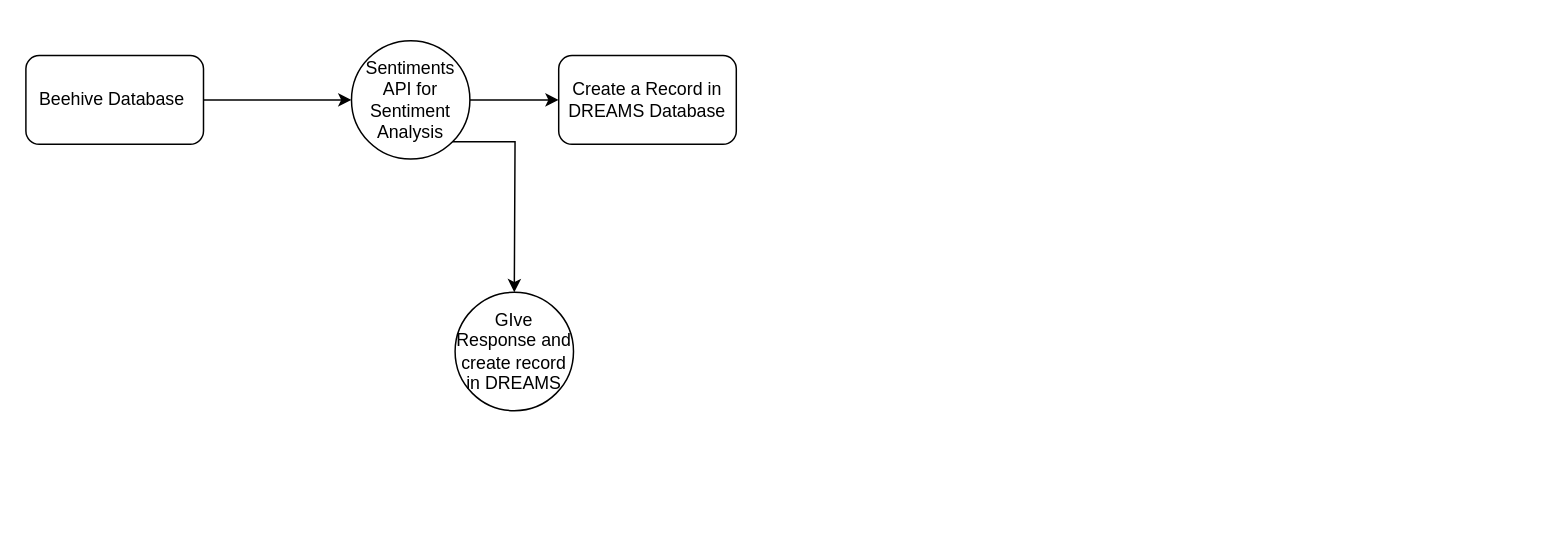
ayusrjn/test1 keeps this draw.io diagram as beehive.drawio. Above is the earlier version. Source tidied: cells renumbered, new cells numbered last; positions are measured from the earlier drawing's top-left corner, leaving out a move shared by most shapes. Both pictures are drawn from the tidied source at 148%, with x=0, y=0 at pixel (25, 40).
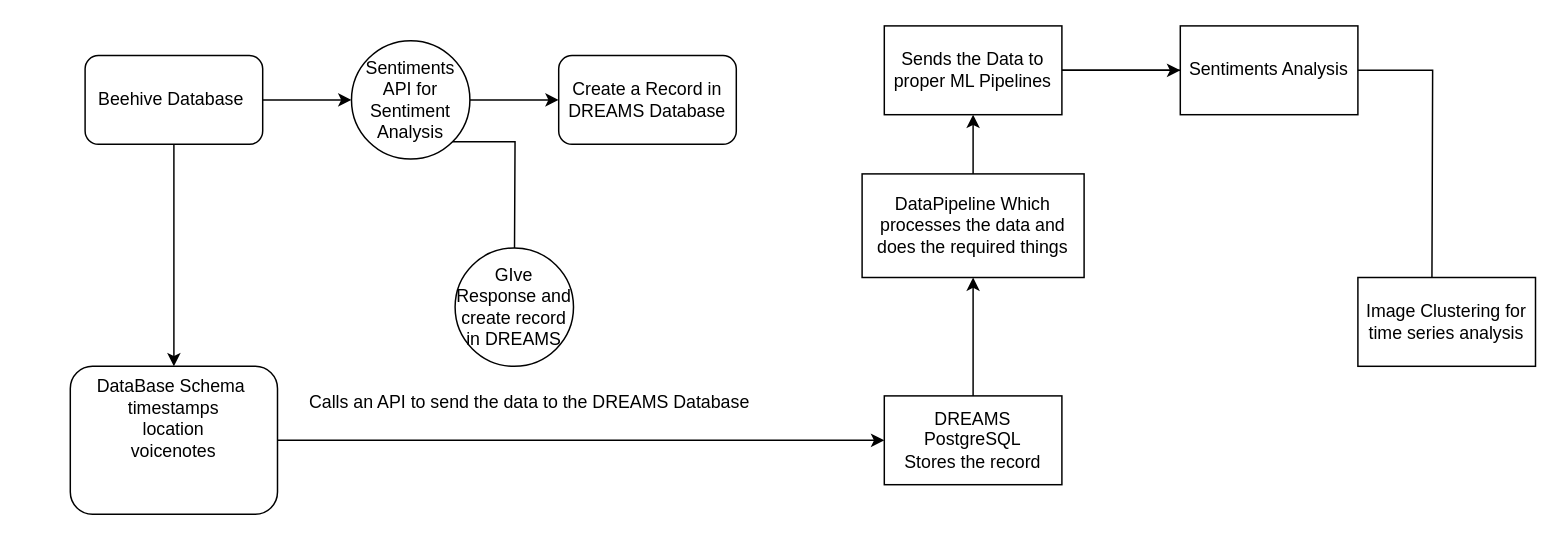
Above is the later version.

Diff of the diagram source:
```diff
@@
+    <mxCell id="9" style="edgeStyle=orthogonalEdgeStyle;rounded=0;jettySize=auto;html=1;" parent="1" edge="1" source="3" target="11">
+      <mxGeometry relative="1" as="geometry" />
+    </mxCell>
     <mxCell id="3" value="Beehive Database&amp;nbsp;" style="rounded=1;whiteSpace=wrap;html=1;" parent="1" vertex="1">
-      <mxGeometry y="10" width="120" height="60" as="geometry" />
+      <mxGeometry x="40" y="10" width="120" height="60" as="geometry" />
     </mxCell>
@@
     <mxCell id="8" value="GIve Response and create record in DREAMS" style="ellipse;whiteSpace=wrap;html=1;" parent="1" vertex="1">
-      <mxGeometry x="290" y="170" width="80" height="80" as="geometry" />
+      <mxGeometry x="290" y="140" width="80" height="80" as="geometry" />
     </mxCell>
+    <mxCell id="10" style="edgeStyle=orthogonalEdgeStyle;rounded=0;jettySize=auto;html=1;" parent="1" edge="1" source="11">
+      <mxGeometry relative="1" as="geometry">
+        <mxPoint x="580" y="270" as="targetPoint" />
+      </mxGeometry>
+    </mxCell>
+    <mxCell id="11" value="DataBase Schema&amp;nbsp;&lt;div&gt;timestamps&lt;/div&gt;&lt;div&gt;location&lt;/div&gt;&lt;div&gt;voicenotes&lt;/div&gt;&lt;div&gt;&lt;br&gt;&lt;/div&gt;&lt;div&gt;&lt;br&gt;&lt;/div&gt;" style="whiteSpace=wrap;html=1;rounded=1;" parent="1" vertex="1">
+      <mxGeometry x="30" y="220" width="140" height="100" as="geometry" />
+    </mxCell>
+    <mxCell id="12" value="Calls an API to send the data to the DREAMS Database" style="text;html=1;align=center;verticalAlign=middle;strokeColor=none;fillColor=none;" parent="1" vertex="1">
+      <mxGeometry x="180" y="230" width="320" height="30" as="geometry" />
+    </mxCell>
+    <mxCell id="13" style="edgeStyle=orthogonalEdgeStyle;rounded=0;jettySize=auto;html=1;" parent="1" edge="1" source="14" target="16">
+      <mxGeometry relative="1" as="geometry" />
+    </mxCell>
+    <mxCell id="14" value="DREAMS PostgreSQL&lt;div&gt;Stores the record&lt;/div&gt;" style="whiteSpace=wrap;html=1;" parent="1" vertex="1">
+      <mxGeometry x="580" y="240" width="120" height="60" as="geometry" />
+    </mxCell>
+    <mxCell id="15" style="edgeStyle=orthogonalEdgeStyle;rounded=0;jettySize=auto;html=1;" parent="1" edge="1" source="16">
+      <mxGeometry relative="1" as="geometry">
+        <mxPoint x="640" y="50" as="targetPoint" />
+      </mxGeometry>
+    </mxCell>
+    <mxCell id="16" value="DataPipeline Which processes the data and does the required things" style="whiteSpace=wrap;html=1;" parent="1" vertex="1">
+      <mxGeometry x="565" y="90" width="150" height="70" as="geometry" />
+    </mxCell>
+    <mxCell id="17" style="edgeStyle=orthogonalEdgeStyle;rounded=0;jettySize=auto;html=1;" parent="1" edge="1" source="19" target="20">
+      <mxGeometry relative="1" as="geometry" />
+    </mxCell>
+    <mxCell id="18" style="edgeStyle=orthogonalEdgeStyle;rounded=0;jettySize=auto;html=1;" parent="1" edge="1" source="19">
+      <mxGeometry relative="1" as="geometry">
+        <mxPoint x="950" y="170" as="targetPoint" />
+      </mxGeometry>
+    </mxCell>
+    <mxCell id="19" value="Sends the Data to proper ML Pipelines" style="whiteSpace=wrap;html=1;" parent="1" vertex="1">
+      <mxGeometry x="580" y="-10" width="120" height="60" as="geometry" />
+    </mxCell>
+    <mxCell id="20" value="Sentiments Analysis" style="whiteSpace=wrap;html=1;" parent="1" vertex="1">
+      <mxGeometry x="780" y="-10" width="120" height="60" as="geometry" />
+    </mxCell>
+    <mxCell id="21" value="Image Clustering for time series analysis" style="whiteSpace=wrap;html=1;" parent="1" vertex="1">
+      <mxGeometry x="900" y="160" width="120" height="60" as="geometry" />
+    </mxCell>
```
